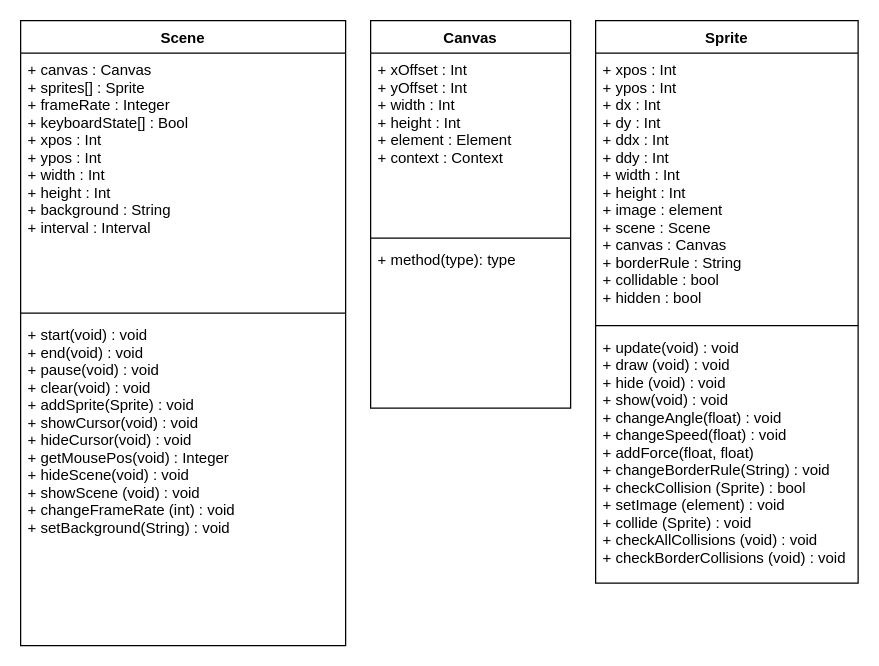
The draw.io diagram OOD.drawio in peymathi/html-canvas-engine, before the edit. Source tidied: cells renumbered, new cells numbered last; positions are measured from the earlier drawing's top-left corner, leaving out a move shared by most shapes. Both pictures are drawn from the tidied source at 125%, with x=0, y=0 at pixel (20, 20).
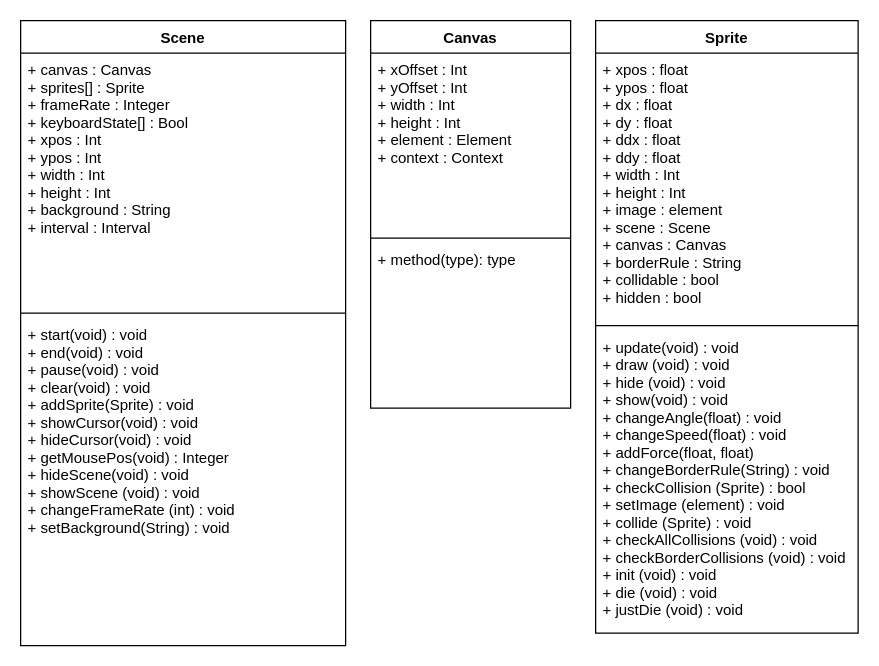
The same diagram, later.

Commit message:
changed OOD to have kinematic members be floats instead of ints

Diff of the diagram source:
```diff
@@
 <mxGraphModel>
   <root>
     <mxCell id="0" />
     <mxCell id="1" parent="0" />
     <mxCell id="2" value="Scene" style="swimlane;fontStyle=1;align=center;verticalAlign=top;horizontal=1;startSize=26;" parent="1" vertex="1">
       <mxGeometry width="260" height="500" as="geometry" />
     </mxCell>
     <mxCell id="3" value="+ canvas : Canvas&#10;+ sprites[] : Sprite&#10;+ frameRate : Integer&#10;+ keyboardState[] : Bool&#10;+ xpos : Int&#10;+ ypos : Int&#10;+ width : Int&#10;+ height : Int&#10;+ background : String&#10;+ interval : Interval&#10;" style="text;strokeColor=none;fillColor=none;align=left;verticalAlign=top;spacingLeft=4;spacingRight=4;overflow=hidden;" parent="2" vertex="1">
       <mxGeometry y="26" width="260" height="204" as="geometry" />
     </mxCell>
     <mxCell id="4" style="line;strokeWidth=1;fillColor=none;align=left;verticalAlign=middle;spacingTop=-1;spacingLeft=3;spacingRight=3;labelPosition=right;" parent="2" vertex="1">
       <mxGeometry y="230" width="260" height="8" as="geometry" />
     </mxCell>
     <mxCell id="5" value="+ start(void) : void&#10;+ end(void) : void&#10;+ pause(void) : void&#10;+ clear(void) : void&#10;+ addSprite(Sprite) : void&#10;+ showCursor(void) : void&#10;+ hideCursor(void) : void&#10;+ getMousePos(void) : Integer&#10;+ hideScene(void) : void&#10;+ showScene (void) : void&#10;+ changeFrameRate (int) : void&#10;+ setBackground(String) : void&#10;" style="text;strokeColor=none;fillColor=none;align=left;verticalAlign=top;spacingLeft=4;spacingRight=4;overflow=hidden;" parent="2" vertex="1">
       <mxGeometry y="238" width="260" height="262" as="geometry" />
     </mxCell>
     <mxCell id="6" value="Canvas" style="swimlane;fontStyle=1;align=center;verticalAlign=top;horizontal=1;startSize=26;" parent="1" vertex="1">
       <mxGeometry x="280" width="160" height="310" as="geometry" />
     </mxCell>
     <mxCell id="7" value="+ xOffset : Int&#10;+ yOffset : Int&#10;+ width : Int&#10;+ height : Int&#10;+ element : Element&#10;+ context : Context&#10;&#10;" style="text;strokeColor=none;fillColor=none;align=left;verticalAlign=top;spacingLeft=4;spacingRight=4;overflow=hidden;" parent="6" vertex="1">
       <mxGeometry y="26" width="160" height="144" as="geometry" />
     </mxCell>
     <mxCell id="8" style="line;strokeWidth=1;fillColor=none;align=left;verticalAlign=middle;spacingTop=-1;spacingLeft=3;spacingRight=3;labelPosition=right;" parent="6" vertex="1">
       <mxGeometry y="170" width="160" height="8" as="geometry" />
     </mxCell>
     <mxCell id="9" value="+ method(type): type" style="text;strokeColor=none;fillColor=none;align=left;verticalAlign=top;spacingLeft=4;spacingRight=4;overflow=hidden;" parent="6" vertex="1">
       <mxGeometry y="178" width="160" height="132" as="geometry" />
     </mxCell>
     <mxCell id="10" value="Sprite" style="swimlane;fontStyle=1;align=center;verticalAlign=top;horizontal=1;startSize=26;" parent="1" vertex="1">
-      <mxGeometry x="460" width="210" height="450" as="geometry" />
+      <mxGeometry x="460" width="210" height="490" as="geometry" />
     </mxCell>
-    <mxCell id="11" value="+ xpos : Int&#10;+ ypos : Int&#10;+ dx : Int&#10;+ dy : Int&#10;+ ddx : Int&#10;+ ddy : Int&#10;+ width : Int&#10;+ height : Int&#10;+ image : element&#10;+ scene : Scene&#10;+ canvas : Canvas&#10;+ borderRule : String&#10;+ collidable : bool&#10;+ hidden : bool&#10;&#10;" style="text;strokeColor=none;fillColor=none;align=left;verticalAlign=top;spacingLeft=4;spacingRight=4;overflow=hidden;" parent="10" vertex="1">
+    <mxCell id="11" value="+ xpos : float&#10;+ ypos : float&#10;+ dx : float&#10;+ dy : float&#10;+ ddx : float&#10;+ ddy : float&#10;+ width : Int&#10;+ height : Int&#10;+ image : element&#10;+ scene : Scene&#10;+ canvas : Canvas&#10;+ borderRule : String&#10;+ collidable : bool&#10;+ hidden : bool&#10;" style="text;strokeColor=none;fillColor=none;align=left;verticalAlign=top;spacingLeft=4;spacingRight=4;overflow=hidden;" parent="10" vertex="1">
       <mxGeometry y="26" width="210" height="214" as="geometry" />
     </mxCell>
     <mxCell id="12" style="line;strokeWidth=1;fillColor=none;align=left;verticalAlign=middle;spacingTop=-1;spacingLeft=3;spacingRight=3;labelPosition=right;" parent="10" vertex="1">
       <mxGeometry y="240" width="210" height="8" as="geometry" />
     </mxCell>
-    <mxCell id="13" value="+ update(void) : void&#10;+ draw (void) : void&#10;+ hide (void) : void&#10;+ show(void) : void&#10;+ changeAngle(float) : void&#10;+ changeSpeed(float) : void&#10;+ addForce(float, float)&#10;+ changeBorderRule(String) : void&#10;+ checkCollision (Sprite) : bool&#10;+ setImage (element) : void&#10;+ collide (Sprite) : void&#10;+ checkAllCollisions (void) : void&#10;+ checkBorderCollisions (void) : void&#10;&#10;" style="text;strokeColor=none;fillColor=none;align=left;verticalAlign=top;spacingLeft=4;spacingRight=4;overflow=hidden;" parent="10" vertex="1">
-      <mxGeometry y="248" width="210" height="202" as="geometry" />
+    <mxCell id="13" value="+ update(void) : void&#10;+ draw (void) : void&#10;+ hide (void) : void&#10;+ show(void) : void&#10;+ changeAngle(float) : void&#10;+ changeSpeed(float) : void&#10;+ addForce(float, float)&#10;+ changeBorderRule(String) : void&#10;+ checkCollision (Sprite) : bool&#10;+ setImage (element) : void&#10;+ collide (Sprite) : void&#10;+ checkAllCollisions (void) : void&#10;+ checkBorderCollisions (void) : void&#10;+ init (void) : void&#10;+ die (void) : void&#10;+ justDie (void) : void&#10;&#10;" style="text;strokeColor=none;fillColor=none;align=left;verticalAlign=top;spacingLeft=4;spacingRight=4;overflow=hidden;" parent="10" vertex="1">
+      <mxGeometry y="248" width="210" height="242" as="geometry" />
     </mxCell>
   </root>
 </mxGraphModel>
```
